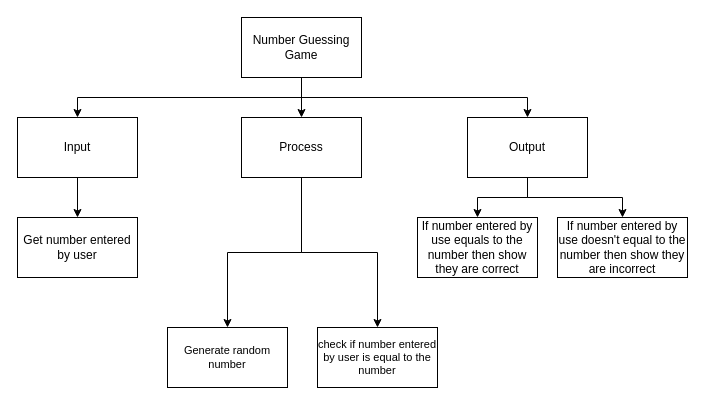
This is design.drawio from michael-clermont1/ICS3U-Unit4-07-Python, a draw.io file, before an edit. Source tidied: cells renumbered, new cells numbered last; positions are measured from the earlier drawing's top-left corner, leaving out a move shared by most shapes. Both pictures are drawn from the tidied source at 100%, with x=0, y=0 at pixel (17, 17).
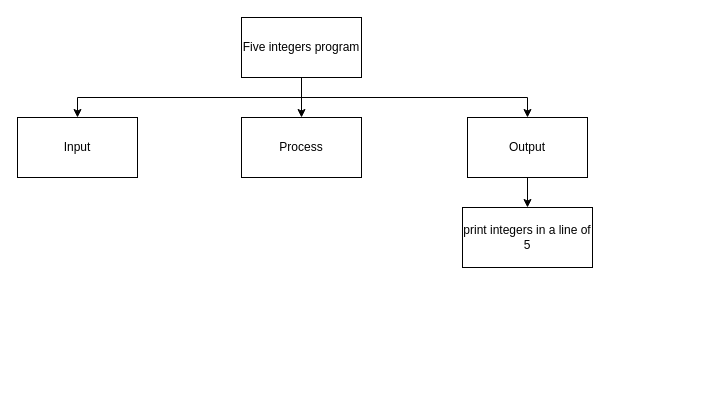
The same page after the edit.

The change refers to these unchanged cells:
```xml
<mxCell id="7" value="Input" style="rounded=0;whiteSpace=wrap;html=1;" parent="1" vertex="1">
  <mxGeometry y="100" width="120" height="60" as="geometry" />
</mxCell>
<mxCell id="10" value="Process" style="rounded=0;whiteSpace=wrap;html=1;" parent="1" vertex="1">
  <mxGeometry x="224" y="100" width="120" height="60" as="geometry" />
</mxCell>
<mxCell id="13" value="Output" style="rounded=0;whiteSpace=wrap;html=1;" parent="1" vertex="1">
  <mxGeometry x="450" y="100" width="120" height="60" as="geometry" />
</mxCell>
```

Diff of the diagram source:
```diff
@@
-    <mxCell id="5" value="Number Guessing Game" style="rounded=0;whiteSpace=wrap;html=1;" parent="1" vertex="1">
+    <mxCell id="5" value="Five integers program" style="rounded=0;whiteSpace=wrap;html=1;" parent="1" vertex="1">
       <mxGeometry x="224" width="120" height="60" as="geometry" />
     </mxCell>
-    <mxCell id="6" style="edgeStyle=orthogonalEdgeStyle;shape=connector;rounded=0;html=1;entryX=0.5;entryY=0;entryDx=0;entryDy=0;labelBackgroundColor=default;fontFamily=Helvetica;fontSize=11;fontColor=default;endArrow=classic;strokeColor=default;" parent="1" edge="1" source="7" target="14">
-      <mxGeometry relative="1" as="geometry" />
-    </mxCell>
@@
-    <mxCell id="8" style="edgeStyle=orthogonalEdgeStyle;html=1;entryX=0.5;entryY=0;entryDx=0;entryDy=0;rounded=0;" parent="1" edge="1" source="10" target="16">
-      <mxGeometry relative="1" as="geometry" />
-    </mxCell>
-    <mxCell id="9" style="edgeStyle=orthogonalEdgeStyle;html=1;entryX=0.5;entryY=0;entryDx=0;entryDy=0;rounded=0;" parent="1" edge="1" source="10" target="18">
-      <mxGeometry relative="1" as="geometry" />
-    </mxCell>
@@
-    <mxCell id="11" style="edgeStyle=orthogonalEdgeStyle;html=1;entryX=0.5;entryY=0;entryDx=0;entryDy=0;rounded=0;" parent="1" edge="1" source="13" target="15">
-      <mxGeometry relative="1" as="geometry" />
-    </mxCell>
@@
-    <mxCell id="14" value="Get number entered by user" style="rounded=0;whiteSpace=wrap;html=1;" parent="1" vertex="1">
-      <mxGeometry y="200" width="120" height="60" as="geometry" />
-    </mxCell>
-    <mxCell id="15" value="If number entered by use equals to the number then show they are correct" style="rounded=0;whiteSpace=wrap;html=1;" parent="1" vertex="1">
-      <mxGeometry x="400" y="200" width="120" height="60" as="geometry" />
-    </mxCell>
-    <mxCell id="16" value="check if number entered by user is equal to the number" style="rounded=0;whiteSpace=wrap;html=1;fontFamily=Helvetica;fontSize=11;fontColor=default;" parent="1" vertex="1">
-      <mxGeometry x="300" y="310" width="120" height="60" as="geometry" />
-    </mxCell>
-    <mxCell id="17" value="If number entered by use doesn't equal to the number then show they are incorrect" style="rounded=0;whiteSpace=wrap;html=1;" parent="1" vertex="1">
-      <mxGeometry x="540" y="200" width="130" height="60" as="geometry" />
+    <mxCell id="17" value="print integers in a line of 5" style="rounded=0;whiteSpace=wrap;html=1;" parent="1" vertex="1">
+      <mxGeometry x="445" y="190" width="130" height="60" as="geometry" />
     </mxCell>
-    <mxCell id="18" value="Generate random number" style="rounded=0;whiteSpace=wrap;html=1;fontFamily=Helvetica;fontSize=11;fontColor=default;" parent="1" vertex="1">
-      <mxGeometry x="150" y="310" width="120" height="60" as="geometry" />
-    </mxCell>
```
